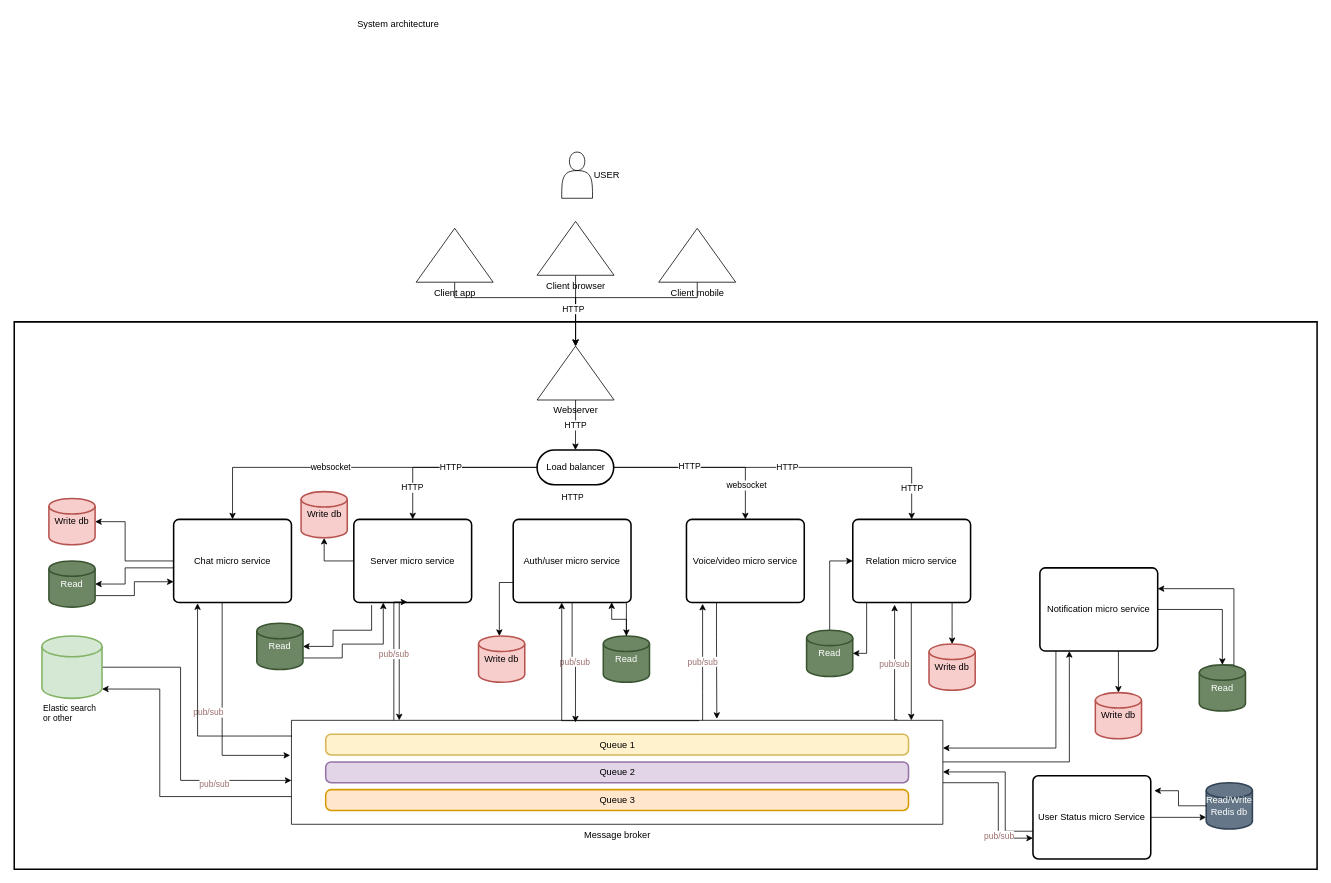
Before: documentation/first-draft.sysarc.drawio in SD-2-semester/DLS-semester-project, a draw.io diagram. Source tidied: cells renumbered, new cells numbered last; positions are measured from the earlier drawing's top-left corner, leaving out a move shared by most shapes. Both pictures are drawn from the tidied source at 77%, with x=0, y=0 at pixel (14, 13).
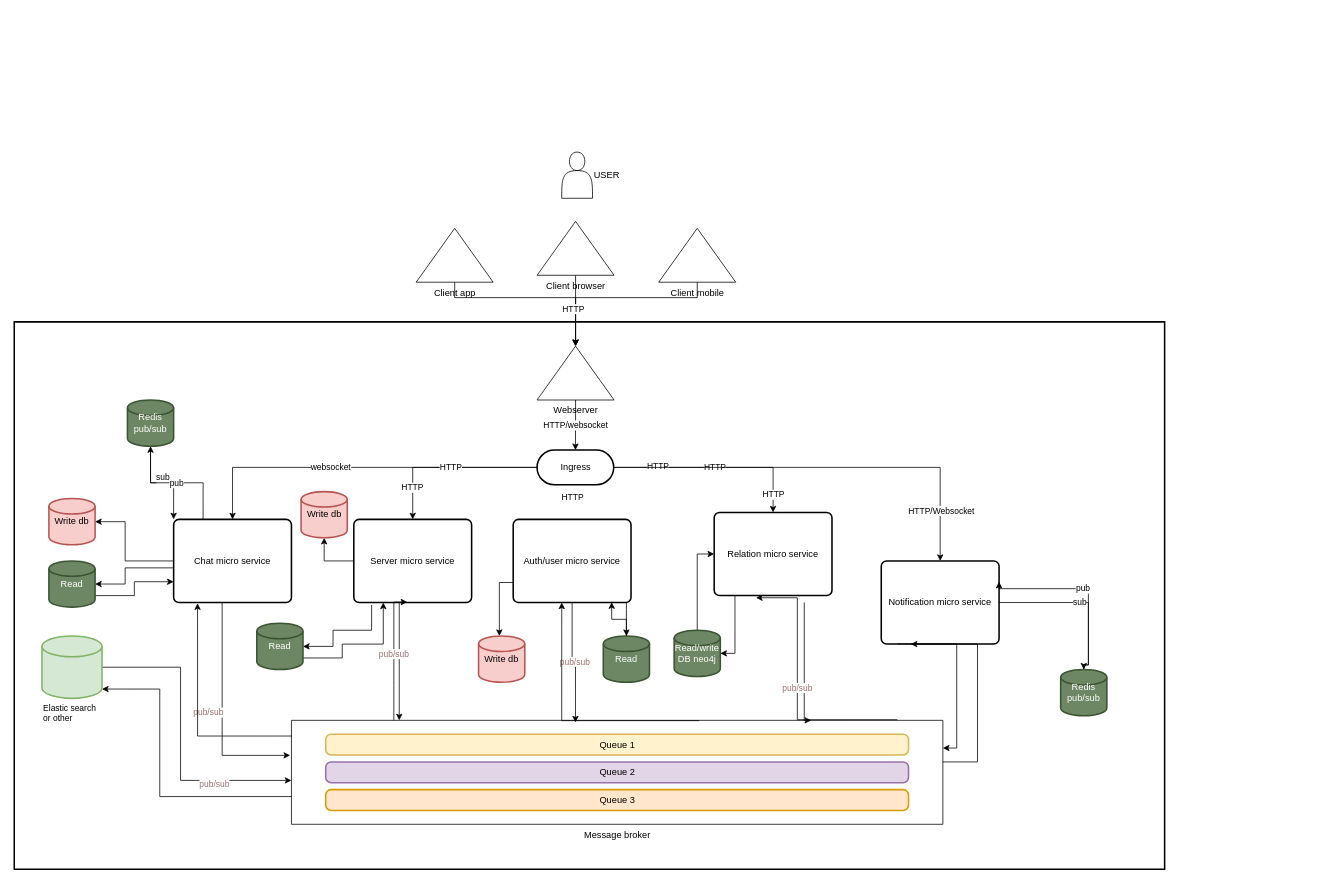
The same diagram, later.

The change refers to these unchanged cells:
```xml
<mxCell id="8" value="Webserver" style="verticalLabelPosition=bottom;verticalAlign=top;html=1;shape=mxgraph.basic.acute_triangle;dx=0.5;" parent="1" vertex="1">
  <mxGeometry x="679" y="432" width="100" height="70" as="geometry" />
</mxCell>
<mxCell id="29" value="Chat micro service" style="rounded=1;whiteSpace=wrap;html=1;absoluteArcSize=1;arcSize=14;strokeWidth=2;fillColor=none;" parent="1" vertex="1">
  <mxGeometry x="207" y="657" width="153" height="108" as="geometry" />
</mxCell>
<mxCell id="40" value="Message broker" style="verticalLabelPosition=bottom;verticalAlign=top;html=1;shape=mxgraph.basic.rect;fillColor2=none;strokeWidth=1;size=20;indent=5;fillColor=none;" parent="39" vertex="1">
  <mxGeometry width="846" height="135" as="geometry" />
</mxCell>
```

Diff of the diagram source:
```diff
@@
-    <mxCell id="5" value="System architecture&amp;nbsp;" style="text;html=1;align=center;verticalAlign=middle;strokeColor=none;fillColor=none;" parent="1" vertex="1">
-      <mxGeometry x="432.5" width="135" height="27" as="geometry" />
-    </mxCell>
     <mxCell id="6" style="verticalLabelPosition=bottom;verticalAlign=top;html=1;shape=mxgraph.basic.rect;fillColor2=none;strokeWidth=2;size=20;indent=5;fillColor=none;" parent="1" vertex="1">
-      <mxGeometry y="400.5" width="1692" height="711" as="geometry" />
+      <mxGeometry y="400.5" width="1494" height="711" as="geometry" />
     </mxCell>
-    <mxCell id="7" value="HTTP" style="edgeStyle=orthogonalEdgeStyle;rounded=0;jettySize=auto;html=1;" parent="1" edge="1" source="8" target="26">
+    <mxCell id="7" value="HTTP/websocket" style="edgeStyle=orthogonalEdgeStyle;rounded=0;jettySize=auto;html=1;" parent="1" edge="1" source="8" target="26">
       <mxGeometry relative="1" as="geometry" />
     </mxCell>
@@
-    <mxCell id="19" style="edgeStyle=orthogonalEdgeStyle;rounded=0;jettySize=auto;html=1;" parent="1" edge="1" source="26" target="34">
-      <mxGeometry relative="1" as="geometry" />
-    </mxCell>
-    <mxCell id="20" value="&lt;span style=&quot;color: rgb(0, 0, 0);&quot;&gt;websocket&lt;/span&gt;" style="edgeLabel;html=1;align=center;verticalAlign=middle;fontSize=11;fontColor=#9c6d6d;" parent="19" vertex="1">
-      <mxGeometry x="0.63" y="1" relative="1" as="geometry" />
-    </mxCell>
@@
+    <mxCell id="86" style="edgeStyle=orthogonalEdgeStyle;rounded=0;jettySize=auto;html=1;" parent="1" edge="1" source="26" target="58">
+      <mxGeometry relative="1" as="geometry" />
+    </mxCell>
+    <mxCell id="87" value="HTTP/Websocket" style="edgeLabel;html=1;align=center;verticalAlign=middle;" parent="86" vertex="1">
+      <mxGeometry x="0.76" y="1" relative="1" as="geometry" />
+    </mxCell>
-    <mxCell id="26" value="Load balancer" style="html=1;dashed=0;whitespace=wrap;shape=mxgraph.dfd.start;strokeWidth=2;fillColor=none;" parent="1" vertex="1">
+    <mxCell id="26" value="Ingress" style="html=1;dashed=0;whitespace=wrap;shape=mxgraph.dfd.start;strokeWidth=2;fillColor=none;" parent="1" vertex="1">
       <mxGeometry x="679" y="567" width="99.5" height="45" as="geometry" />
     </mxCell>
@@
-    <mxCell id="33" style="edgeStyle=orthogonalEdgeStyle;rounded=0;jettySize=auto;html=1;entryX=0.653;entryY=-0.014;entryDx=0;entryDy=0;entryPerimeter=0;fontSize=11;fontColor=#9c6d6d;" parent="1" edge="1" source="34" target="40">
-      <mxGeometry relative="1" as="geometry">
-        <Array as="points">
-          <mxPoint x="912" y="810" />
-          <mxPoint x="912" y="810" />
-        </Array>
-      </mxGeometry>
-    </mxCell>
-    <mxCell id="34" value="Voice/video micro service" style="rounded=1;whiteSpace=wrap;html=1;absoluteArcSize=1;arcSize=14;strokeWidth=2;fillColor=none;" parent="1" vertex="1">
-      <mxGeometry x="873" y="657" width="153" height="108" as="geometry" />
-    </mxCell>
@@
-    <mxCell id="51" style="edgeStyle=orthogonalEdgeStyle;rounded=0;jettySize=auto;html=1;fontSize=11;fontColor=#9c6d6d;" parent="1" edge="1" source="53">
+    <mxCell id="51" style="edgeStyle=orthogonalEdgeStyle;rounded=0;orthogonalLoop=1;jettySize=auto;html=1;fontSize=11;fontColor=#9c6d6d;" parent="1" edge="1">
       <mxGeometry relative="1" as="geometry">
-        <mxPoint x="1165" y="918" as="targetPoint" />
+        <mxPoint x="1026" y="765" as="sourcePoint" />
+        <mxPoint x="1035" y="918" as="targetPoint" />
+        <Array as="points">
+          <mxPoint x="1026" y="918" />
+        </Array>
       </mxGeometry>
     </mxCell>
-    <mxCell id="52" style="edgeStyle=orthogonalEdgeStyle;rounded=0;jettySize=auto;html=1;fontSize=11;fontColor=#9c6d6d;" parent="1" edge="1" source="53" target="56">
-      <mxGeometry relative="1" as="geometry">
-        <Array as="points">
-          <mxPoint x="1218" y="783" />
-          <mxPoint x="1218" y="783" />
-        </Array>
-      </mxGeometry>
-    </mxCell>
     <mxCell id="53" value="Relation micro service" style="rounded=1;whiteSpace=wrap;html=1;absoluteArcSize=1;arcSize=14;strokeWidth=2;fillColor=none;" parent="1" vertex="1">
-      <mxGeometry x="1089" y="657" width="153" height="108" as="geometry" />
+      <mxGeometry x="909" y="648" width="153" height="108" as="geometry" />
     </mxCell>
-    <mxCell id="54" value="pub/sub" style="edgeStyle=orthogonalEdgeStyle;rounded=0;jettySize=auto;html=1;entryX=0.137;entryY=1.015;entryDx=0;entryDy=0;entryPerimeter=0;fontSize=11;fontColor=#9c6d6d;" parent="1" edge="1" source="40" target="34">
-      <mxGeometry relative="1" as="geometry">
-        <Array as="points">
-          <mxPoint x="894" y="882" />
-          <mxPoint x="894" y="882" />
-        </Array>
-      </mxGeometry>
-    </mxCell>
     <mxCell id="55" value="pub/sub" style="edgeStyle=orthogonalEdgeStyle;rounded=0;jettySize=auto;html=1;entryX=0.355;entryY=1.026;entryDx=0;entryDy=0;entryPerimeter=0;fontSize=11;fontColor=#9c6d6d;exitX=0.93;exitY=-0.006;exitDx=0;exitDy=0;exitPerimeter=0;" parent="1" edge="1" source="40" target="53">
       <mxGeometry relative="1" as="geometry">
         <Array as="points">
-          <mxPoint x="1143" y="917" />
+          <mxPoint x="1017" y="917" />
+          <mxPoint x="1017" y="759" />
         </Array>
       </mxGeometry>
     </mxCell>
-    <mxCell id="56" value="Write db" style="strokeWidth=2;html=1;shape=mxgraph.flowchart.database;whiteSpace=wrap;fillColor=#f8cecc;strokeColor=#b85450;" parent="1" vertex="1">
-      <mxGeometry x="1188" y="819" width="60" height="60" as="geometry" />
-    </mxCell>
     <mxCell id="57" style="edgeStyle=orthogonalEdgeStyle;rounded=0;jettySize=auto;html=1;fontSize=11;fontColor=#9c6d6d;exitX=0.136;exitY=0.998;exitDx=0;exitDy=0;exitPerimeter=0;" parent="1" edge="1" source="58">
       <mxGeometry relative="1" as="geometry">
         <mxPoint x="1206" y="954" as="targetPoint" />
         <Array as="points">
-          <mxPoint x="1353" y="954" />
+          <mxPoint x="1224" y="819" />
+          <mxPoint x="1224" y="954" />
         </Array>
       </mxGeometry>
     </mxCell>
     <mxCell id="58" value="Notification micro service" style="rounded=1;whiteSpace=wrap;html=1;absoluteArcSize=1;arcSize=14;strokeWidth=2;fillColor=none;" parent="1" vertex="1">
-      <mxGeometry x="1332" y="720" width="153" height="108" as="geometry" />
+      <mxGeometry x="1126" y="711" width="153" height="108" as="geometry" />
     </mxCell>
-    <mxCell id="59" style="edgeStyle=orthogonalEdgeStyle;rounded=0;jettySize=auto;html=1;fontSize=11;fontColor=#9c6d6d;" parent="1" edge="1" source="61" target="40">
-      <mxGeometry relative="1" as="geometry">
-        <Array as="points">
-          <mxPoint x="1287" y="1062" />
-          <mxPoint x="1287" y="985" />
-        </Array>
-      </mxGeometry>
-    </mxCell>
-    <mxCell id="60" style="edgeStyle=orthogonalEdgeStyle;rounded=0;jettySize=auto;html=1;" parent="1" edge="1" source="61" target="84">
-      <mxGeometry relative="1" as="geometry">
-        <Array as="points">
-          <mxPoint x="1530" y="1044" />
-          <mxPoint x="1530" y="1044" />
-        </Array>
-      </mxGeometry>
-    </mxCell>
-    <mxCell id="61" value="User Status micro Service" style="rounded=1;whiteSpace=wrap;html=1;absoluteArcSize=1;arcSize=14;strokeWidth=2;fillColor=none;" parent="1" vertex="1">
-      <mxGeometry x="1323" y="990" width="153" height="108" as="geometry" />
-    </mxCell>
     <mxCell id="62" style="edgeStyle=orthogonalEdgeStyle;rounded=0;jettySize=auto;html=1;entryX=0.25;entryY=1;entryDx=0;entryDy=0;fontSize=11;fontColor=#9c6d6d;" parent="1" edge="1" source="40" target="58">
       <mxGeometry relative="1" as="geometry">
         <Array as="points">
-          <mxPoint x="1370" y="972" />
+          <mxPoint x="1251" y="972" />
+          <mxPoint x="1251" y="819" />
         </Array>
       </mxGeometry>
     </mxCell>
-    <mxCell id="63" style="edgeStyle=orthogonalEdgeStyle;rounded=0;jettySize=auto;html=1;fontSize=11;fontColor=#9c6d6d;entryX=0;entryY=0.75;entryDx=0;entryDy=0;" parent="1" edge="1" source="40" target="61">
-      <mxGeometry relative="1" as="geometry">
-        <Array as="points">
-          <mxPoint x="1278" y="999" />
-          <mxPoint x="1278" y="1071" />
-        </Array>
-      </mxGeometry>
-    </mxCell>
-    <mxCell id="64" value="pub/sub&lt;br&gt;" style="edgeLabel;html=1;align=center;verticalAlign=middle;fontSize=11;fontColor=#9c6d6d;" parent="63" vertex="1">
-      <mxGeometry x="0.48" y="1" relative="1" as="geometry">
-        <mxPoint x="-1" as="offset" />
-      </mxGeometry>
-    </mxCell>
@@
-    <mxCell id="77" value="Read" style="strokeWidth=2;html=1;shape=mxgraph.flowchart.database;whiteSpace=wrap;fillColor=#6d8764;strokeColor=#3A5431;fontColor=#ffffff;" parent="1" vertex="1">
-      <mxGeometry x="1029" y="801" width="60" height="60" as="geometry" />
+    <mxCell id="77" value="Read/write DB neo4j" style="strokeWidth=2;html=1;shape=mxgraph.flowchart.database;whiteSpace=wrap;fillColor=#6d8764;strokeColor=#3A5431;fontColor=#ffffff;" parent="1" vertex="1">
+      <mxGeometry x="857" y="801" width="60" height="60" as="geometry" />
     </mxCell>
     <mxCell id="78" style="edgeStyle=orthogonalEdgeStyle;rounded=0;jettySize=auto;html=1;entryX=1;entryY=0.5;entryDx=0;entryDy=0;entryPerimeter=0;" parent="1" edge="1" source="53" target="77">
       <mxGeometry relative="1" as="geometry">
         <Array as="points">
-          <mxPoint x="1107" y="831" />
+          <mxPoint x="936" y="831" />
         </Array>
       </mxGeometry>
     </mxCell>
-    <mxCell id="79" style="edgeStyle=orthogonalEdgeStyle;rounded=0;jettySize=auto;html=1;fontSize=11;fontColor=#9c6d6d;" parent="1" edge="1" target="80">
-      <mxGeometry relative="1" as="geometry">
-        <mxPoint x="1434" y="828" as="sourcePoint" />
-        <Array as="points">
-          <mxPoint x="1434" y="846" />
-          <mxPoint x="1434" y="846" />
-        </Array>
-      </mxGeometry>
-    </mxCell>
-    <mxCell id="80" value="Write db" style="strokeWidth=2;html=1;shape=mxgraph.flowchart.database;whiteSpace=wrap;fillColor=#f8cecc;strokeColor=#b85450;" parent="1" vertex="1">
-      <mxGeometry x="1404" y="882" width="60" height="60" as="geometry" />
-    </mxCell>
-    <mxCell id="81" style="edgeStyle=orthogonalEdgeStyle;rounded=0;jettySize=auto;html=1;entryX=1;entryY=0.25;entryDx=0;entryDy=0;exitX=0.5;exitY=0;exitDx=0;exitDy=0;exitPerimeter=0;" parent="1" edge="1" source="82" target="58">
+    <mxCell id="81" value="pub" style="edgeStyle=orthogonalEdgeStyle;rounded=0;jettySize=auto;html=1;entryX=1;entryY=0.25;entryDx=0;entryDy=0;exitX=0.5;exitY=0;exitDx=0;exitDy=0;exitPerimeter=0;" parent="1" edge="1" source="82" target="58">
       <mxGeometry relative="1" as="geometry">
         <Array as="points">
-          <mxPoint x="1584" y="846" />
-          <mxPoint x="1584" y="747" />
+          <mxPoint x="1389" y="846" />
+          <mxPoint x="1395" y="846" />
+          <mxPoint x="1395" y="747" />
+          <mxPoint x="1279" y="747" />
         </Array>
       </mxGeometry>
     </mxCell>
-    <mxCell id="82" value="Read" style="strokeWidth=2;html=1;shape=mxgraph.flowchart.database;whiteSpace=wrap;fillColor=#6d8764;strokeColor=#3A5431;fontColor=#ffffff;" parent="1" vertex="1">
-      <mxGeometry x="1539" y="846" width="60" height="60" as="geometry" />
+    <mxCell id="82" value="Redis pub/sub" style="strokeWidth=2;html=1;shape=mxgraph.flowchart.database;whiteSpace=wrap;fillColor=#6d8764;strokeColor=#3A5431;fontColor=#ffffff;" parent="1" vertex="1">
+      <mxGeometry x="1359" y="852" width="60" height="60" as="geometry" />
     </mxCell>
-    <mxCell id="83" style="edgeStyle=orthogonalEdgeStyle;rounded=0;jettySize=auto;html=1;entryX=0.5;entryY=0;entryDx=0;entryDy=0;entryPerimeter=0;" parent="1" edge="1" source="58" target="82">
-      <mxGeometry relative="1" as="geometry" />
+    <mxCell id="83" value="sub" style="edgeStyle=orthogonalEdgeStyle;rounded=0;jettySize=auto;html=1;entryX=0.5;entryY=0;entryDx=0;entryDy=0;entryPerimeter=0;" parent="1" edge="1" source="58" target="82">
+      <mxGeometry relative="1" as="geometry">
+        <Array as="points">
+          <mxPoint x="1395" y="765" />
+          <mxPoint x="1395" y="846" />
+        </Array>
+      </mxGeometry>
     </mxCell>
-    <mxCell id="84" value="Read/Write Redis db" style="strokeWidth=2;html=1;shape=mxgraph.flowchart.database;whiteSpace=wrap;fillColor=#647687;strokeColor=#314354;fontColor=#ffffff;" parent="1" vertex="1">
-      <mxGeometry x="1548" y="999" width="60" height="60" as="geometry" />
-    </mxCell>
-    <mxCell id="85" style="edgeStyle=orthogonalEdgeStyle;rounded=0;jettySize=auto;html=1;entryX=1.03;entryY=0.18;entryDx=0;entryDy=0;entryPerimeter=0;" parent="1" edge="1" source="84" target="61">
-      <mxGeometry relative="1" as="geometry" />
-    </mxCell>
+    <mxCell id="88" value="sub&lt;div&gt;&lt;br&gt;&lt;/div&gt;" style="edgeStyle=orthogonalEdgeStyle;rounded=0;jettySize=auto;html=1;entryX=0;entryY=0;entryDx=0;entryDy=0;" parent="1" edge="1" source="89" target="29">
+      <mxGeometry relative="1" as="geometry" />
+    </mxCell>
+    <mxCell id="89" value="Redis pub/sub" style="strokeWidth=2;html=1;shape=mxgraph.flowchart.database;whiteSpace=wrap;fillColor=#6d8764;strokeColor=#3A5431;fontColor=#ffffff;" parent="1" vertex="1">
+      <mxGeometry x="147" y="502" width="60" height="60" as="geometry" />
+    </mxCell>
+    <mxCell id="90" value="pub" style="edgeStyle=orthogonalEdgeStyle;rounded=0;jettySize=auto;html=1;exitX=0.25;exitY=0;exitDx=0;exitDy=0;entryX=0.5;entryY=1;entryDx=0;entryDy=0;entryPerimeter=0;" parent="1" edge="1" source="29" target="89">
+      <mxGeometry relative="1" as="geometry" />
+    </mxCell>
```
